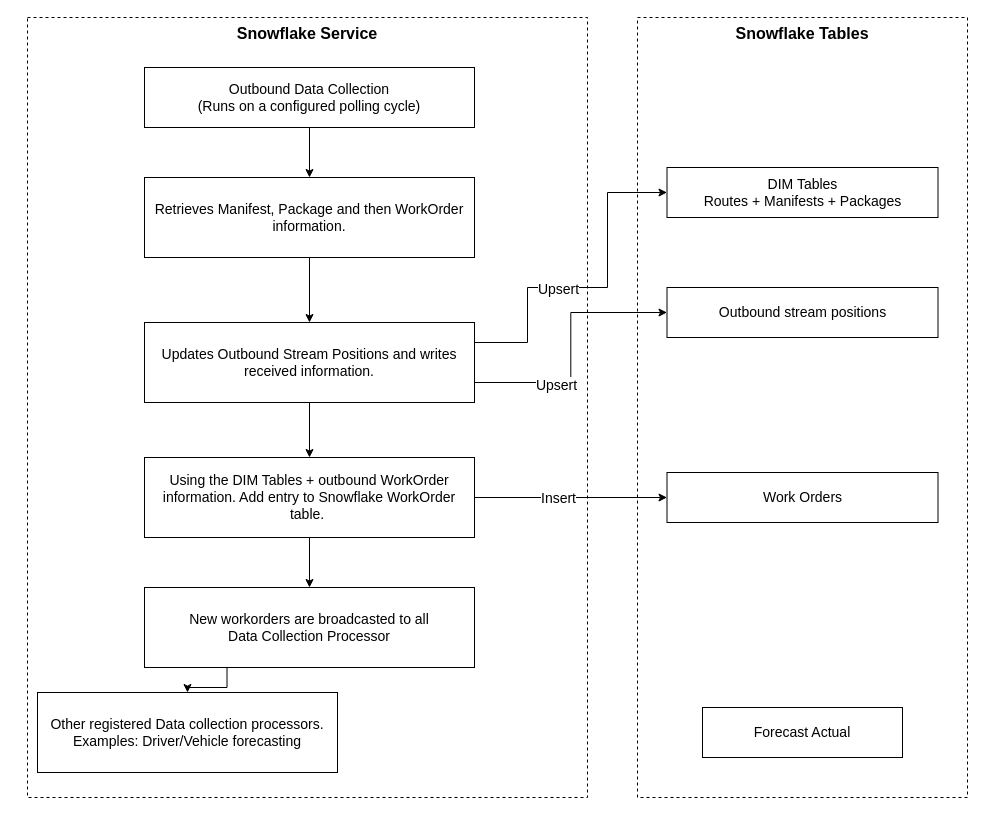
gbates-e2open/drawioFiles keeps this draw.io diagram as Datacollection detailed.drawio. Above is the earlier version. Source tidied: cells renumbered, new cells numbered last; positions are measured from the earlier drawing's top-left corner, leaving out a move shared by most shapes. Both pictures are drawn from the tidied source at 100%, with x=0, y=0 at pixel (27, 17).
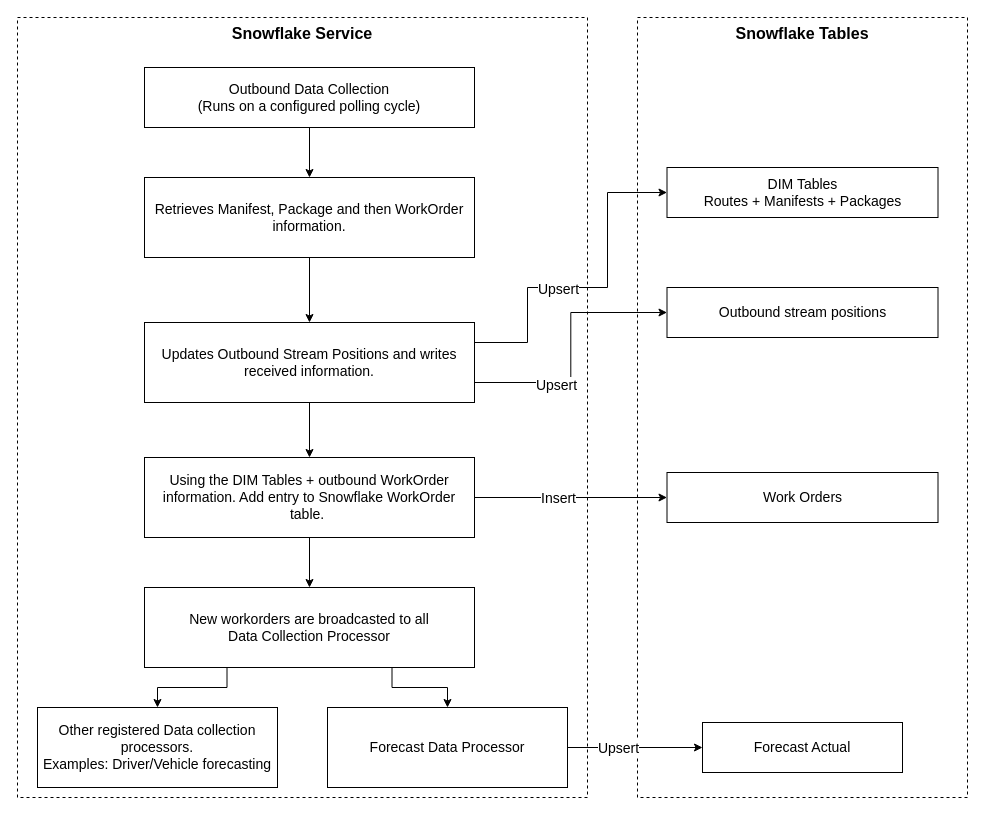
Above is the later version.

The change refers to these unchanged cells:
```xml
<mxCell id="17" value="&lt;font style=&quot;font-size: 14px;&quot;&gt;New workorders are broadcasted to all&lt;br&gt;Data Collection Processor&lt;/font&gt;" style="rounded=0;whiteSpace=wrap;html=1;" parent="1" vertex="1">
  <mxGeometry x="117" y="570" width="330" height="80" as="geometry" />
</mxCell>
```

The edit, as a diff of the source:
```diff
@@
     <mxCell id="2" value="&lt;span style=&quot;font-size: 16px;&quot;&gt;&lt;b&gt;Snowflake Service&lt;/b&gt;&lt;/span&gt;" style="html=1;whiteSpace=wrap;dashed=1;gradientColor=default;fillColor=none;labelPosition=center;verticalLabelPosition=middle;align=center;verticalAlign=top;" parent="1" vertex="1">
-      <mxGeometry width="560" height="780" as="geometry" />
+      <mxGeometry x="-10" width="570" height="780" as="geometry" />
     </mxCell>
@@
     <mxCell id="16" style="edgeStyle=orthogonalEdgeStyle;rounded=0;jettySize=auto;html=1;exitX=0.25;exitY=1;exitDx=0;exitDy=0;entryX=0.5;entryY=0;entryDx=0;entryDy=0;" parent="1" edge="1" source="17" target="18">
-      <mxGeometry relative="1" as="geometry" />
+      <mxGeometry relative="1" as="geometry">
+        <Array as="points">
+          <mxPoint x="200" y="670" />
+          <mxPoint x="130" y="670" />
+        </Array>
+      </mxGeometry>
     </mxCell>
+    <mxCell id="25" style="edgeStyle=orthogonalEdgeStyle;rounded=0;jettySize=auto;html=1;exitX=0.75;exitY=1;exitDx=0;exitDy=0;entryX=0.5;entryY=0;entryDx=0;entryDy=0;" parent="1" edge="1" source="17" target="28">
+      <mxGeometry relative="1" as="geometry" />
+    </mxCell>
@@
     <mxCell id="18" value="&lt;font style=&quot;font-size: 14px;&quot;&gt;Other registered Data collection processors.&lt;br&gt;Examples: Driver/Vehicle forecasting&lt;/font&gt;" style="rounded=0;whiteSpace=wrap;html=1;" parent="1" vertex="1">
-      <mxGeometry x="10" y="675" width="300" height="80" as="geometry" />
+      <mxGeometry x="10" y="690" width="240" height="80" as="geometry" />
     </mxCell>
@@
     <mxCell id="20" value="Forecast Actual" style="whiteSpace=wrap;html=1;align=center;fontSize=14;" parent="1" vertex="1">
-      <mxGeometry x="675" y="690" width="200" height="50" as="geometry" />
+      <mxGeometry x="675" y="705" width="200" height="50" as="geometry" />
     </mxCell>
@@
+    <mxCell id="26" style="edgeStyle=orthogonalEdgeStyle;rounded=0;jettySize=auto;html=1;exitX=1;exitY=0.5;exitDx=0;exitDy=0;entryX=0;entryY=0.5;entryDx=0;entryDy=0;" parent="1" edge="1" source="28" target="20">
+      <mxGeometry relative="1" as="geometry" />
+    </mxCell>
+    <mxCell id="27" value="&lt;font style=&quot;font-size: 14px;&quot;&gt;Upsert&lt;/font&gt;" style="edgeLabel;html=1;align=center;verticalAlign=middle;" parent="26" vertex="1">
+      <mxGeometry x="-0.38" y="2" relative="1" as="geometry">
+        <mxPoint x="8" y="2" as="offset" />
+      </mxGeometry>
+    </mxCell>
+    <mxCell id="28" value="&lt;span style=&quot;font-size: 14px;&quot;&gt;Forecast Data Processor&lt;/span&gt;" style="rounded=0;whiteSpace=wrap;html=1;" parent="1" vertex="1">
+      <mxGeometry x="300" y="690" width="240" height="80" as="geometry" />
+    </mxCell>
```
